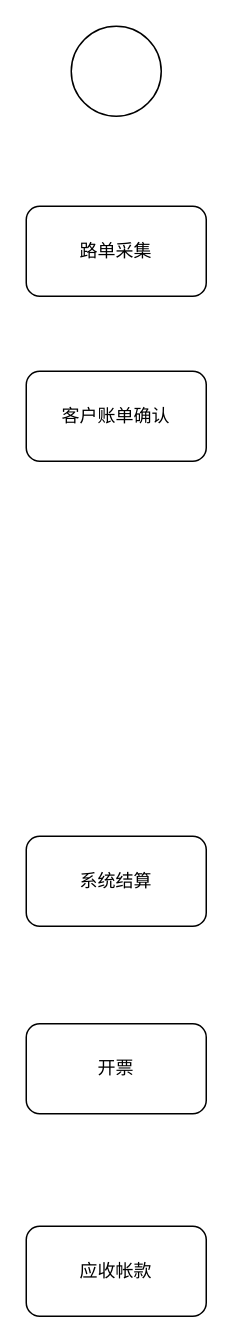
The draw.io diagram 结算流程图.drawio in ammengke/my-drawio, before the edit. Source tidied: cells renumbered, new cells numbered last; positions are measured from the earlier drawing's top-left corner, leaving out a move shared by most shapes. Both pictures are drawn from the tidied source at 150%, with x=0, y=0 at pixel (26, 26).
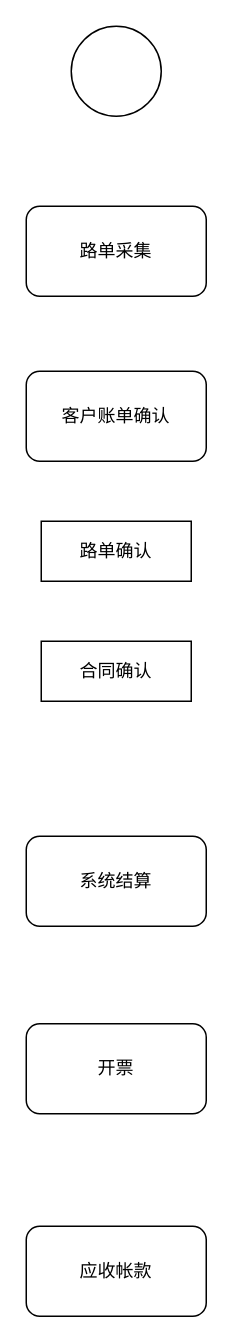
The same page after the edit.

Commit message (it also covers changes not shown here):
Update 结算流程图.drawio

Change to the diagram source:
```diff
@@
 <mxGraphModel>
   <root>
     <mxCell id="0" />
     <mxCell id="1" parent="0" />
     <mxCell id="2" style="ellipse;whiteSpace=wrap;html=1;" parent="1" vertex="1">
       <mxGeometry x="30" width="60" height="60" as="geometry" />
     </mxCell>
     <mxCell id="3" value="路单采集" style="rounded=1;whiteSpace=wrap;html=1;" parent="1" vertex="1">
       <mxGeometry y="120" width="120" height="60" as="geometry" />
     </mxCell>
     <mxCell id="4" value="客户账单确认" style="rounded=1;whiteSpace=wrap;html=1;" parent="1" vertex="1">
       <mxGeometry y="230" width="120" height="60" as="geometry" />
     </mxCell>
     <mxCell id="5" value="系统结算" style="rounded=1;whiteSpace=wrap;html=1;" parent="1" vertex="1">
       <mxGeometry y="540" width="120" height="60" as="geometry" />
     </mxCell>
     <mxCell id="6" value="开票" style="rounded=1;whiteSpace=wrap;html=1;" parent="1" vertex="1">
       <mxGeometry y="665" width="120" height="60" as="geometry" />
     </mxCell>
     <mxCell id="7" value="应收帐款" style="rounded=1;whiteSpace=wrap;html=1;" parent="1" vertex="1">
       <mxGeometry y="800" width="120" height="60" as="geometry" />
     </mxCell>
+    <mxCell id="8" value="路单确认" style="rounded=0;whiteSpace=wrap;html=1;" parent="1" vertex="1">
+      <mxGeometry x="10" y="330" width="100" height="40" as="geometry" />
+    </mxCell>
+    <mxCell id="9" value="合同确认" style="rounded=0;whiteSpace=wrap;html=1;" parent="1" vertex="1">
+      <mxGeometry x="10" y="410" width="100" height="40" as="geometry" />
+    </mxCell>
   </root>
 </mxGraphModel>
```
